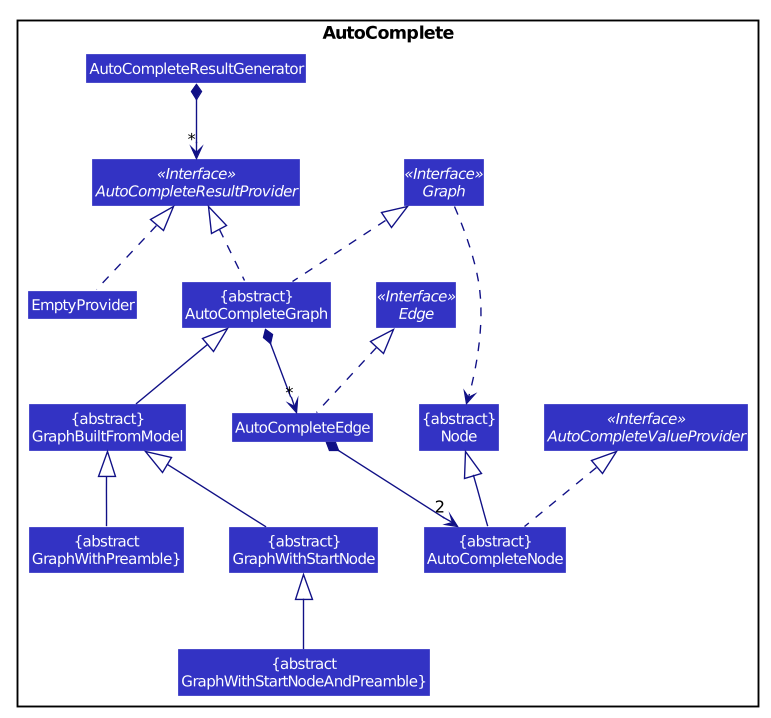
This is images/AutoCompleteClassDiagram.png from AY1920S1-CS2103T-T09-4/main, a PlantUML export, as it was before one commit.
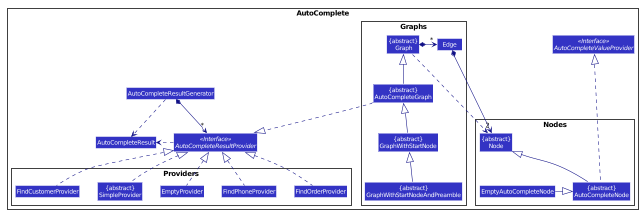
After the commit.

What changed in the source:
```diff
@@ -52,41 +52,60 @@
 skinparam classBackgroundColor #3333C4
 
 package AutoComplete {
-Class AutoCompleteResultGenerator
-Interface Graph <<Interface>>
-Interface AutoCompleteResultProvider <<Interface>>
+
+package Graphs {
+Class "{abstract}\n Graph" as Graph
 Class "{abstract}\nAutoCompleteGraph" as AutoCompleteGraph
-Interface AutoCompleteValueProvider <<Interface>>
-Class "{abstract}\nGraphBuiltFromModel" as GraphBuiltFromModel
 Class "{abstract}\nGraphWithStartNode" as GraphWithStartNode
-Class "{abstract\nGraphWithPreamble}" as GraphWithPreamble
-Class "{abstract\nGraphWithStartNodeAndPreamble}" as GraphWithStartNodeAndPreamble
-Class EmptyProvider
-Interface Edge <<Interface>>
-Class AutoCompleteEdge
+Class "{abstract}\nGraphWithStartNodeAndPreamble" as GraphWithStartNodeAndPreamble
+Class Edge
+}
+
+package Nodes {
 Class "{abstract}\nNode" as Node
 Class "{abstract}\nAutoCompleteNode" as AutoCompleteNode
+Class EmptyAutoCompleteNode
 }
 
-AutoCompleteResultGenerator *-down-> "*" AutoCompleteResultProvider
+package Providers {
+Class "{abstract}\nSimpleProvider" as SimpleProvider
+Class FindCustomerProvider
+Class FindOrderProvider
+Class FindPhoneProvider
+Class EmptyProvider
+}
 
-AutoCompleteGraph .up.|> Graph
-AutoCompleteGraph .up.|> AutoCompleteResultProvider
+Class AutoCompleteResult
+Class AutoCompleteResultGenerator
+Interface AutoCompleteResultProvider <<Interface>>
+Interface AutoCompleteValueProvider <<Interface>>
 
-GraphBuiltFromModel -up-|> AutoCompleteGraph
-GraphWithStartNode -up-|> GraphBuiltFromModel
-GraphWithPreamble -up-|> GraphBuiltFromModel
+}
+
+AutoCompleteGraph -up-|> Graph
+GraphWithStartNode -up-|> AutoCompleteGraph
 GraphWithStartNodeAndPreamble -up-|> GraphWithStartNode
 
+Graph *-left> "*" Edge
+
+AutoCompleteNode -up-|> Node
+EmptyAutoCompleteNode -|> AutoCompleteNode
+
+SimpleProvider .up.|> AutoCompleteResultProvider
+FindPhoneProvider .up.|> AutoCompleteResultProvider
+FindCustomerProvider .up.|> AutoCompleteResultProvider
+FindOrderProvider .up.|> AutoCompleteResultProvider
 EmptyProvider .up.|> AutoCompleteResultProvider
 
-AutoCompleteEdge .up.|> Edge
-AutoCompleteGraph *--> "*" AutoCompleteEdge
+AutoCompleteResultProvider .> AutoCompleteResult
 
-AutoCompleteNode -up-|> Node
-AutoCompleteEdge *--> "2" AutoCompleteNode
-AutoCompleteNode .up.|> AutoCompleteValueProvider
+AutoCompleteResultGenerator *--> "*" AutoCompleteResultProvider
 
-Graph ...> Node
+AutoCompleteNode .up...|> AutoCompleteValueProvider
+AutoCompleteGraph ..|> AutoCompleteResultProvider
+AutoCompleteResultGenerator ..> AutoCompleteResult
+
+Edge *---> "2" Node
+Graph ..> Node
 
 @enduml
```
